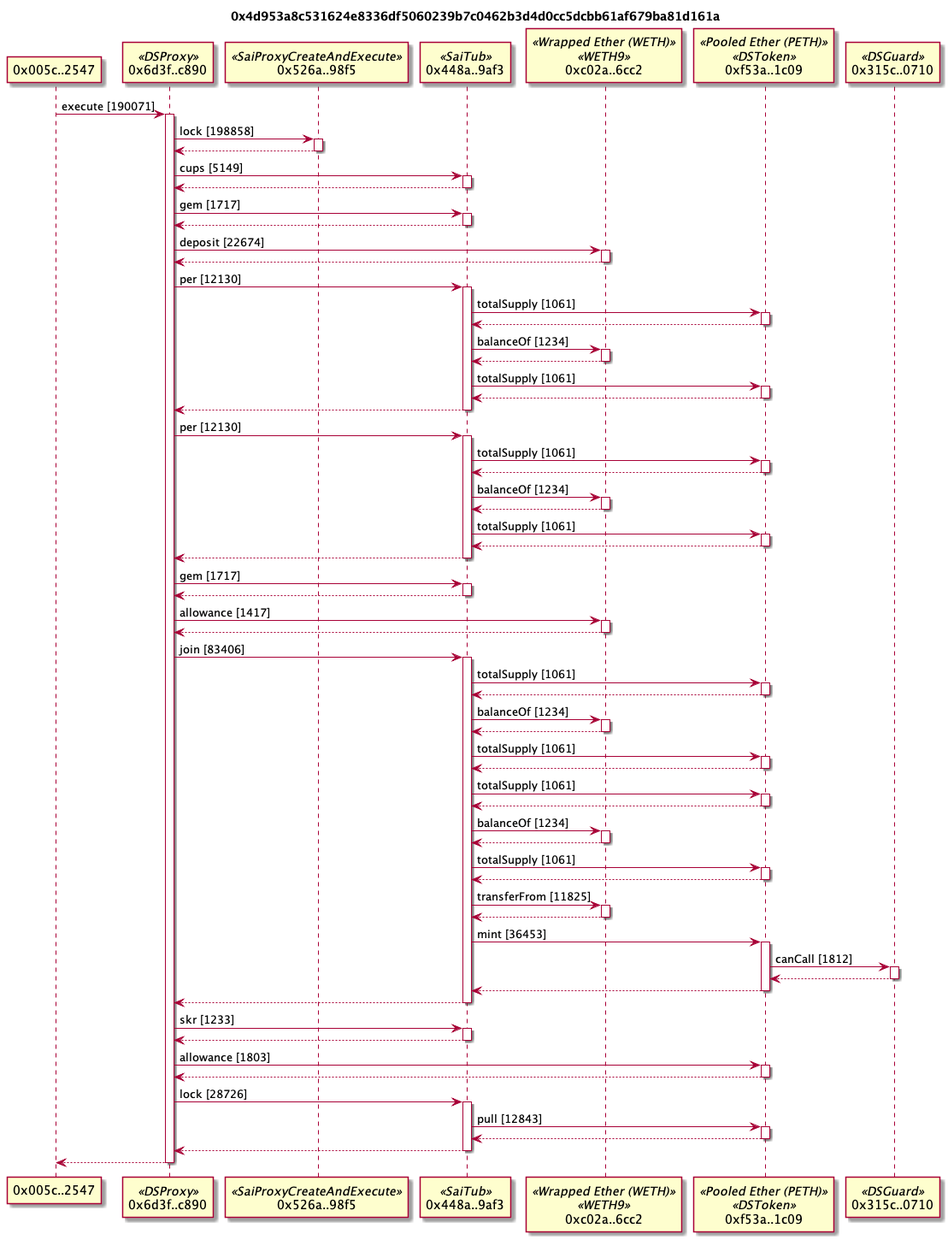
Earlier version of the PlantUML export examples/makerDao.png (naddison36/tx2uml).
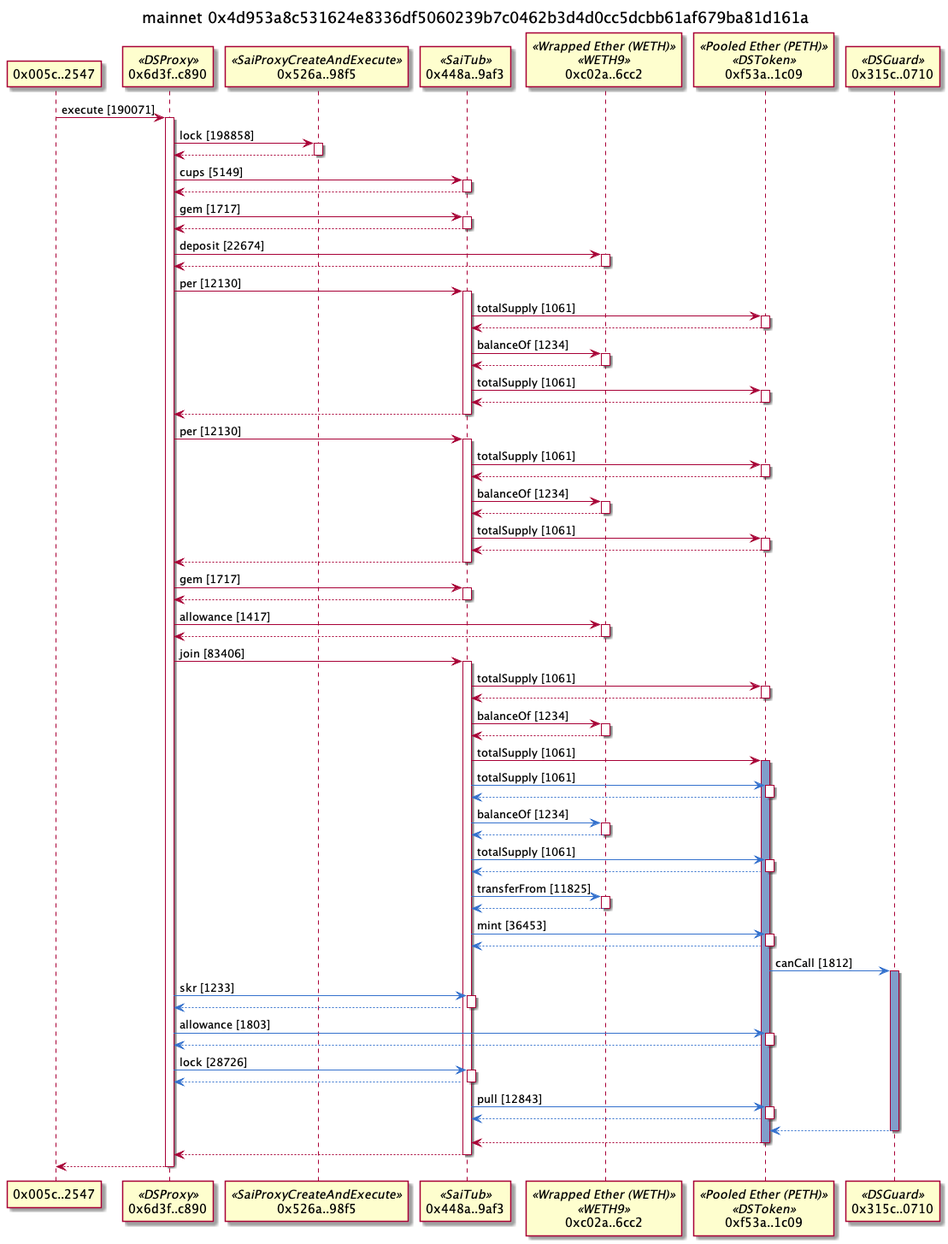
The same file after the commit.

What changed in the source:
```diff
@@ -1,5 +1,5 @@
 @startuml
-title 0x4d953a8c531624e8336df5060239b7c0462b3d4d0cc5dcbb61af679ba81d161a
+title mainnet 0x4d953a8c531624e8336df5060239b7c0462b3d4d0cc5dcbb61af679ba81d161a
 participant "0x005c..2547" as 005c2547
 participant "0x6d3f..c890" as 6d3fc890 <<DSProxy>>
 participant "0x526a..98f5" as 526a98f5 <<SaiProxyCreateAndExecute>>
@@ -61,37 +61,37 @@
 activate c02a6cc2
 return
 448a9af3 -> f53a1c09: totalSupply [1061]
+activate f53a1c09 #809ECB
+448a9af3 -[#3471CD]> f53a1c09: totalSupply [1061]
 activate f53a1c09
 return
-448a9af3 -> f53a1c09: totalSupply [1061]
+448a9af3 -[#3471CD]> c02a6cc2: balanceOf [1234]
+activate c02a6cc2
+return
+448a9af3 -[#3471CD]> f53a1c09: totalSupply [1061]
 activate f53a1c09
 return
-448a9af3 -> c02a6cc2: balanceOf [1234]
+448a9af3 -[#3471CD]> c02a6cc2: transferFrom [11825]
 activate c02a6cc2
 return
-448a9af3 -> f53a1c09: totalSupply [1061]
+448a9af3 -[#3471CD]> f53a1c09: mint [36453]
 activate f53a1c09
 return
-448a9af3 -> c02a6cc2: transferFrom [11825]
-activate c02a6cc2
+f53a1c09 -[#3471CD]> 315c0710: canCall [1812]
+activate 315c0710 #809ECB
+6d3fc890 -[#3471CD]> 448a9af3: skr [1233]
+activate 448a9af3
 return
-448a9af3 -> f53a1c09: mint [36453]
+6d3fc890 -[#3471CD]> f53a1c09: allowance [1803]
 activate f53a1c09
-f53a1c09 -> 315c0710: canCall [1812]
-activate 315c0710
+return
+6d3fc890 -[#3471CD]> 448a9af3: lock [28726]
+activate 448a9af3
+return
+448a9af3 -[#3471CD]> f53a1c09: pull [12843]
+activate f53a1c09
 return
 return
-return
-6d3fc890 -> 448a9af3: skr [1233]
-activate 448a9af3
-return
-6d3fc890 -> f53a1c09: allowance [1803]
-activate f53a1c09
-return
-6d3fc890 -> 448a9af3: lock [28726]
-activate 448a9af3
-448a9af3 -> f53a1c09: pull [12843]
-activate f53a1c09
 return
 return
 return
```
